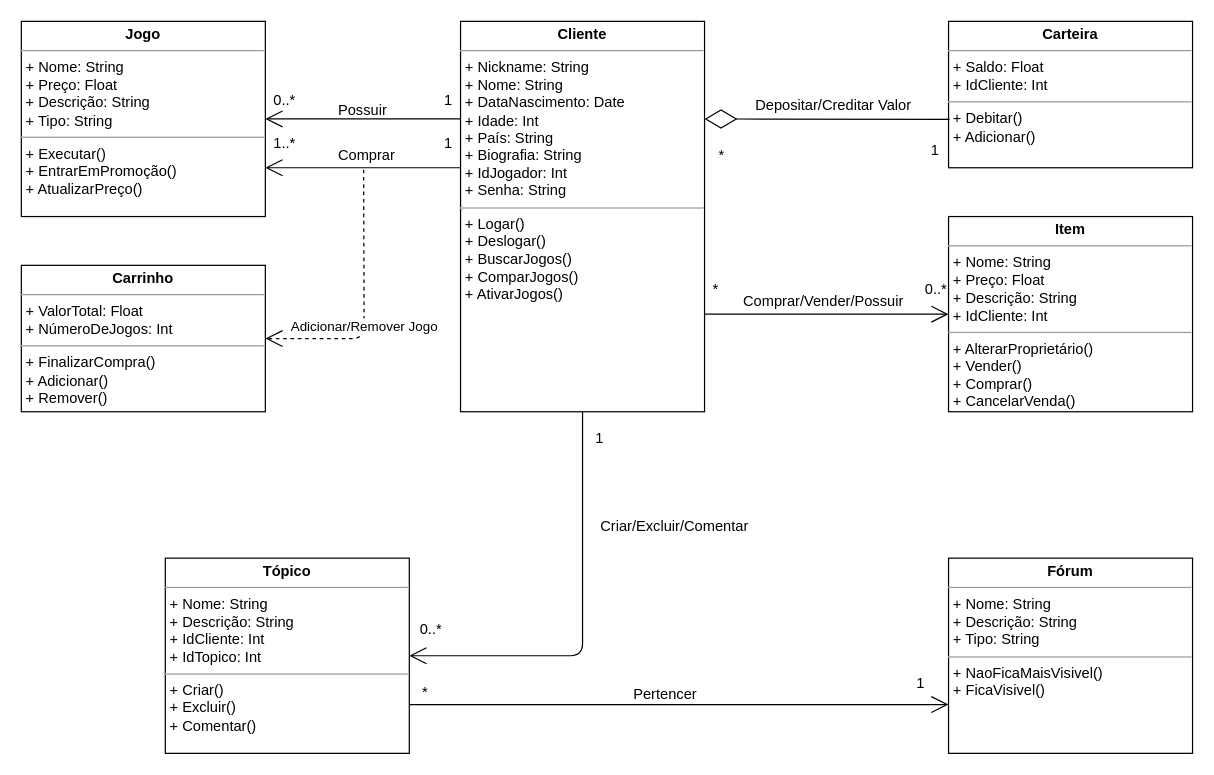
The draw.io diagram page "Page-1" (1 of 2) of DiagramaClasses.drawio in Nathy14/Steam-PJTsoftware, before the edit. Source tidied: cells renumbered, new cells numbered last; positions are measured from the earlier drawing's top-left corner, leaving out a move shared by most shapes. Both pictures are drawn from the tidied source at 122%, with x=0, y=0 at pixel (21, 21).
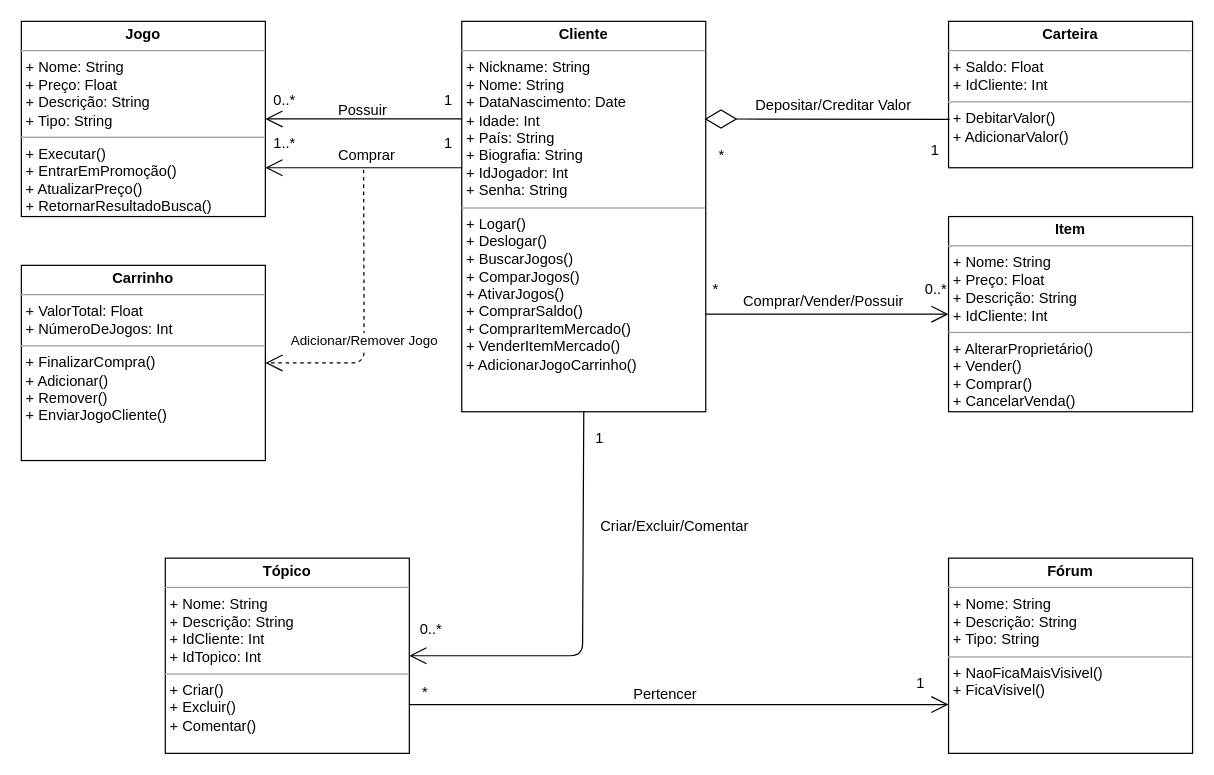
The same diagram, later.

Unchanged cells that the change refers to:
```xml
<mxCell id="18" value="Comprar" style="text;html=1;points=[];align=left;verticalAlign=top;spacingTop=-4;" parent="1" vertex="1">
  <mxGeometry x="258" y="100" width="60" height="20" as="geometry" />
</mxCell>
```

Diff of the diagram source:
```diff
@@
-    <mxCell id="2" value="&lt;p style=&quot;margin: 0px ; margin-top: 4px ; text-align: center&quot;&gt;&lt;b&gt;Cliente&lt;/b&gt;&lt;/p&gt;&lt;hr size=&quot;1&quot;&gt;&lt;p style=&quot;margin: 0px ; margin-left: 4px&quot;&gt;+ Nickname: String&lt;br&gt;+ Nome: String&lt;br&gt;+ DataNascimento: Date&lt;br&gt;+ Idade: Int&lt;br&gt;+ País: String&lt;br&gt;+ Biografia: String&lt;br&gt;+ IdJogador: Int&lt;br&gt;+ Senha: String&lt;/p&gt;&lt;hr size=&quot;1&quot;&gt;&lt;p style=&quot;margin: 0px ; margin-left: 4px&quot;&gt;+ Logar()&lt;/p&gt;&lt;p style=&quot;margin: 0px ; margin-left: 4px&quot;&gt;+ Deslogar()&lt;br&gt;+ BuscarJogos()&lt;br&gt;+ ComparJogos()&lt;br&gt;+ AtivarJogos()&lt;br&gt;&lt;/p&gt;" style="verticalAlign=top;align=left;overflow=fill;fontSize=12;fontFamily=Helvetica;html=1;" parent="1" vertex="1">
-      <mxGeometry x="360" width="200" height="320" as="geometry" />
+    <mxCell id="2" value="&lt;p style=&quot;margin: 0px ; margin-top: 4px ; text-align: center&quot;&gt;&lt;b&gt;Cliente&lt;/b&gt;&lt;/p&gt;&lt;hr size=&quot;1&quot;&gt;&lt;p style=&quot;margin: 0px ; margin-left: 4px&quot;&gt;+ Nickname: String&lt;br&gt;+ Nome: String&lt;br&gt;+ DataNascimento: Date&lt;br&gt;+ Idade: Int&lt;br&gt;+ País: String&lt;br&gt;+ Biografia: String&lt;br&gt;+ IdJogador: Int&lt;br&gt;+ Senha: String&lt;/p&gt;&lt;hr size=&quot;1&quot;&gt;&lt;p style=&quot;margin: 0px ; margin-left: 4px&quot;&gt;+ Logar()&lt;/p&gt;&lt;p style=&quot;margin: 0px ; margin-left: 4px&quot;&gt;+ Deslogar()&lt;br&gt;+ BuscarJogos()&lt;br&gt;+ ComparJogos()&lt;br&gt;+ AtivarJogos()&lt;br&gt;+ ComprarSaldo()&lt;br&gt;+ ComprarItemMercado()&lt;/p&gt;&lt;p style=&quot;margin: 0px ; margin-left: 4px&quot;&gt;+ VenderItemMercado()&lt;br&gt;+ AdicionarJogoCarrinho()&lt;br&gt;&lt;/p&gt;" style="verticalAlign=top;align=left;overflow=fill;fontSize=12;fontFamily=Helvetica;html=1;" parent="1" vertex="1">
+      <mxGeometry x="361" width="200" height="320" as="geometry" />
     </mxCell>
-    <mxCell id="3" value="&lt;p style=&quot;margin: 0px ; margin-top: 4px ; text-align: center&quot;&gt;&lt;b&gt;Carteira&lt;/b&gt;&lt;/p&gt;&lt;hr size=&quot;1&quot;&gt;&lt;p style=&quot;margin: 0px ; margin-left: 4px&quot;&gt;+ Saldo: Float&lt;br&gt;+ IdCliente: Int&lt;/p&gt;&lt;hr size=&quot;1&quot;&gt;&lt;p style=&quot;margin: 0px ; margin-left: 4px&quot;&gt;+ Debitar()&lt;br&gt;+ Adicionar()&lt;/p&gt;" style="verticalAlign=top;align=left;overflow=fill;fontSize=12;fontFamily=Helvetica;html=1;" parent="1" vertex="1">
+    <mxCell id="3" value="&lt;p style=&quot;margin: 0px ; margin-top: 4px ; text-align: center&quot;&gt;&lt;b&gt;Carteira&lt;/b&gt;&lt;/p&gt;&lt;hr size=&quot;1&quot;&gt;&lt;p style=&quot;margin: 0px ; margin-left: 4px&quot;&gt;+ Saldo: Float&lt;br&gt;+ IdCliente: Int&lt;/p&gt;&lt;hr size=&quot;1&quot;&gt;&lt;p style=&quot;margin: 0px ; margin-left: 4px&quot;&gt;+ DebitarValor()&lt;br&gt;+ AdicionarValor()&lt;/p&gt;" style="verticalAlign=top;align=left;overflow=fill;fontSize=12;fontFamily=Helvetica;html=1;" parent="1" vertex="1">
       <mxGeometry x="760" width="200" height="120" as="geometry" />
     </mxCell>
-    <mxCell id="4" value="&lt;p style=&quot;margin: 0px ; margin-top: 4px ; text-align: center&quot;&gt;&lt;b&gt;Carrinho&lt;/b&gt;&lt;/p&gt;&lt;hr size=&quot;1&quot;&gt;&lt;p style=&quot;margin: 0px ; margin-left: 4px&quot;&gt;+ ValorTotal: Float&lt;br&gt;+ NúmeroDeJogos: Int&lt;/p&gt;&lt;hr size=&quot;1&quot;&gt;&lt;p style=&quot;margin: 0px ; margin-left: 4px&quot;&gt;+ FinalizarCompra()&lt;br&gt;+ Adicionar()&lt;br&gt;+ Remover()&lt;/p&gt;" style="verticalAlign=top;align=left;overflow=fill;fontSize=12;fontFamily=Helvetica;html=1;" parent="1" vertex="1">
-      <mxGeometry y="200" width="200" height="120" as="geometry" />
+    <mxCell id="4" value="&lt;p style=&quot;margin: 0px ; margin-top: 4px ; text-align: center&quot;&gt;&lt;b&gt;Carrinho&lt;/b&gt;&lt;/p&gt;&lt;hr size=&quot;1&quot;&gt;&lt;p style=&quot;margin: 0px ; margin-left: 4px&quot;&gt;+ ValorTotal: Float&lt;br&gt;+ NúmeroDeJogos: Int&lt;/p&gt;&lt;hr size=&quot;1&quot;&gt;&lt;p style=&quot;margin: 0px ; margin-left: 4px&quot;&gt;+ FinalizarCompra()&lt;br&gt;+ Adicionar()&lt;br&gt;+ Remover()&lt;/p&gt;&lt;p style=&quot;margin: 0px ; margin-left: 4px&quot;&gt;+ EnviarJogoCliente()&lt;/p&gt;" style="verticalAlign=top;align=left;overflow=fill;fontSize=12;fontFamily=Helvetica;html=1;" parent="1" vertex="1">
+      <mxGeometry y="200" width="200" height="160" as="geometry" />
     </mxCell>
-    <mxCell id="5" value="&lt;p style=&quot;margin: 0px ; margin-top: 4px ; text-align: center&quot;&gt;&lt;b&gt;Jogo&lt;/b&gt;&lt;/p&gt;&lt;hr size=&quot;1&quot;&gt;&lt;p style=&quot;margin: 0px ; margin-left: 4px&quot;&gt;+ Nome: String&lt;br&gt;+ Preço: Float&lt;br&gt;+ Descrição: String&lt;br&gt;+ Tipo: String&lt;/p&gt;&lt;hr size=&quot;1&quot;&gt;&lt;p style=&quot;margin: 0px ; margin-left: 4px&quot;&gt;+ Executar()&lt;br&gt;+ EntrarEmPromoção()&lt;br&gt;+ AtualizarPreço()&lt;/p&gt;" style="verticalAlign=top;align=left;overflow=fill;fontSize=12;fontFamily=Helvetica;html=1;" parent="1" vertex="1">
+    <mxCell id="5" value="&lt;p style=&quot;margin: 0px ; margin-top: 4px ; text-align: center&quot;&gt;&lt;b&gt;Jogo&lt;/b&gt;&lt;/p&gt;&lt;hr size=&quot;1&quot;&gt;&lt;p style=&quot;margin: 0px ; margin-left: 4px&quot;&gt;+ Nome: String&lt;br&gt;+ Preço: Float&lt;br&gt;+ Descrição: String&lt;br&gt;+ Tipo: String&lt;/p&gt;&lt;hr size=&quot;1&quot;&gt;&lt;p style=&quot;margin: 0px ; margin-left: 4px&quot;&gt;+ Executar()&lt;br&gt;+ EntrarEmPromoção()&lt;br&gt;+ AtualizarPreço()&lt;br&gt;+ RetornarResultadoBusca()&lt;/p&gt;" style="verticalAlign=top;align=left;overflow=fill;fontSize=12;fontFamily=Helvetica;html=1;" parent="1" vertex="1">
       <mxGeometry width="200" height="160" as="geometry" />
     </mxCell>
@@
     <mxCell id="21" value="Adicionar/Remover Jogo" style="endArrow=open;endSize=12;dashed=1;html=1;entryX=1;entryY=0.5;entryDx=0;entryDy=0;exitX=0.376;exitY=1.077;exitDx=0;exitDy=0;exitPerimeter=0;" parent="1" edge="1" source="18" target="4">
       <mxGeometry x="0.17" relative="1" as="geometry">
         <Array as="points">
-          <mxPoint x="281" y="260" />
+          <mxPoint x="281" y="280" />
         </Array>
       </mxGeometry>
     </mxCell>
```
